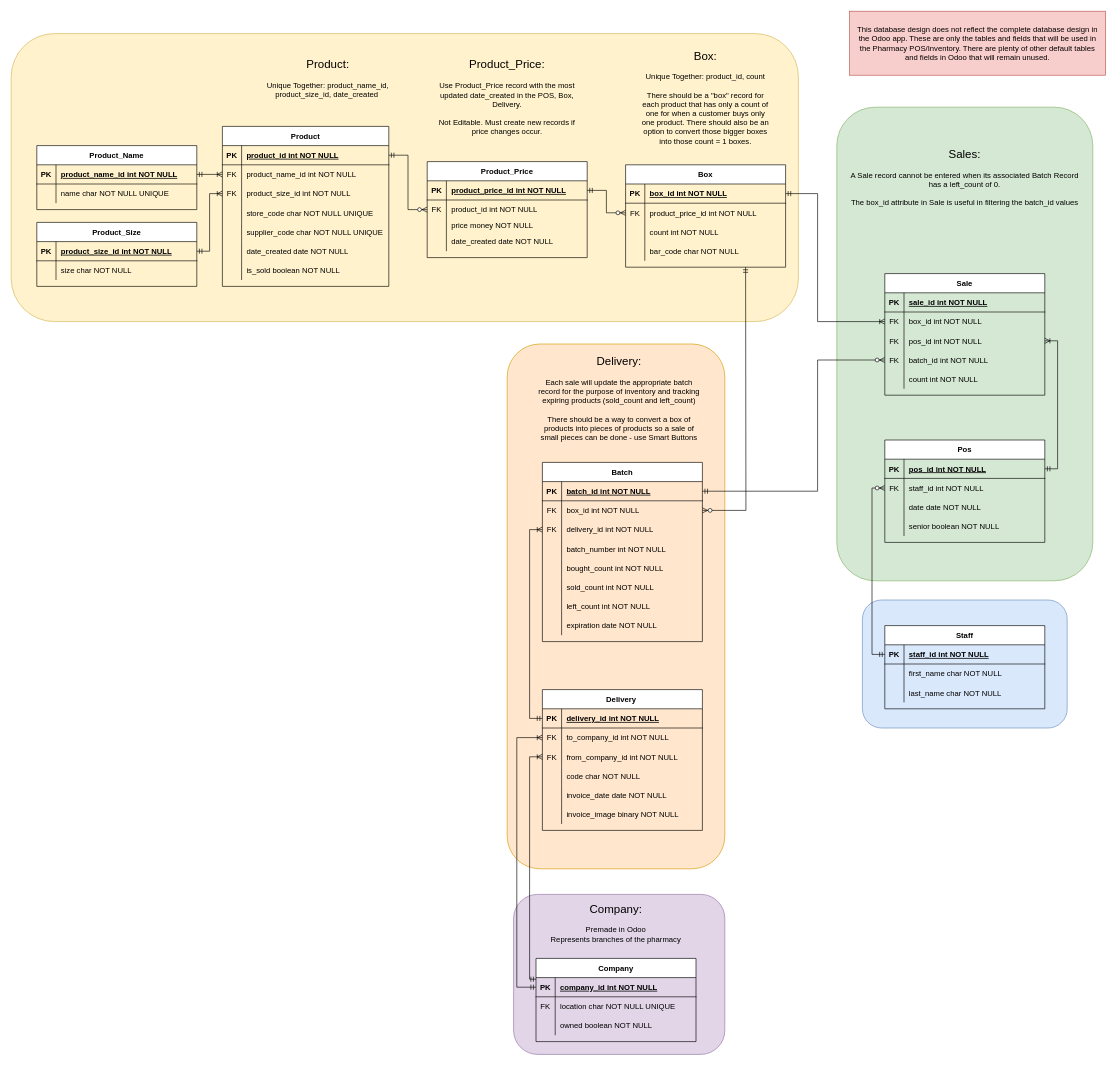
This is db-design.drawio from thisLexic/pharma-pos, a draw.io file, before an edit. Source tidied: cells renumbered, new cells numbered last; positions are measured from the earlier drawing's top-left corner, leaving out a move shared by most shapes. Both pictures are drawn from the tidied source at 64%, with x=0, y=0 at pixel (11, 11).
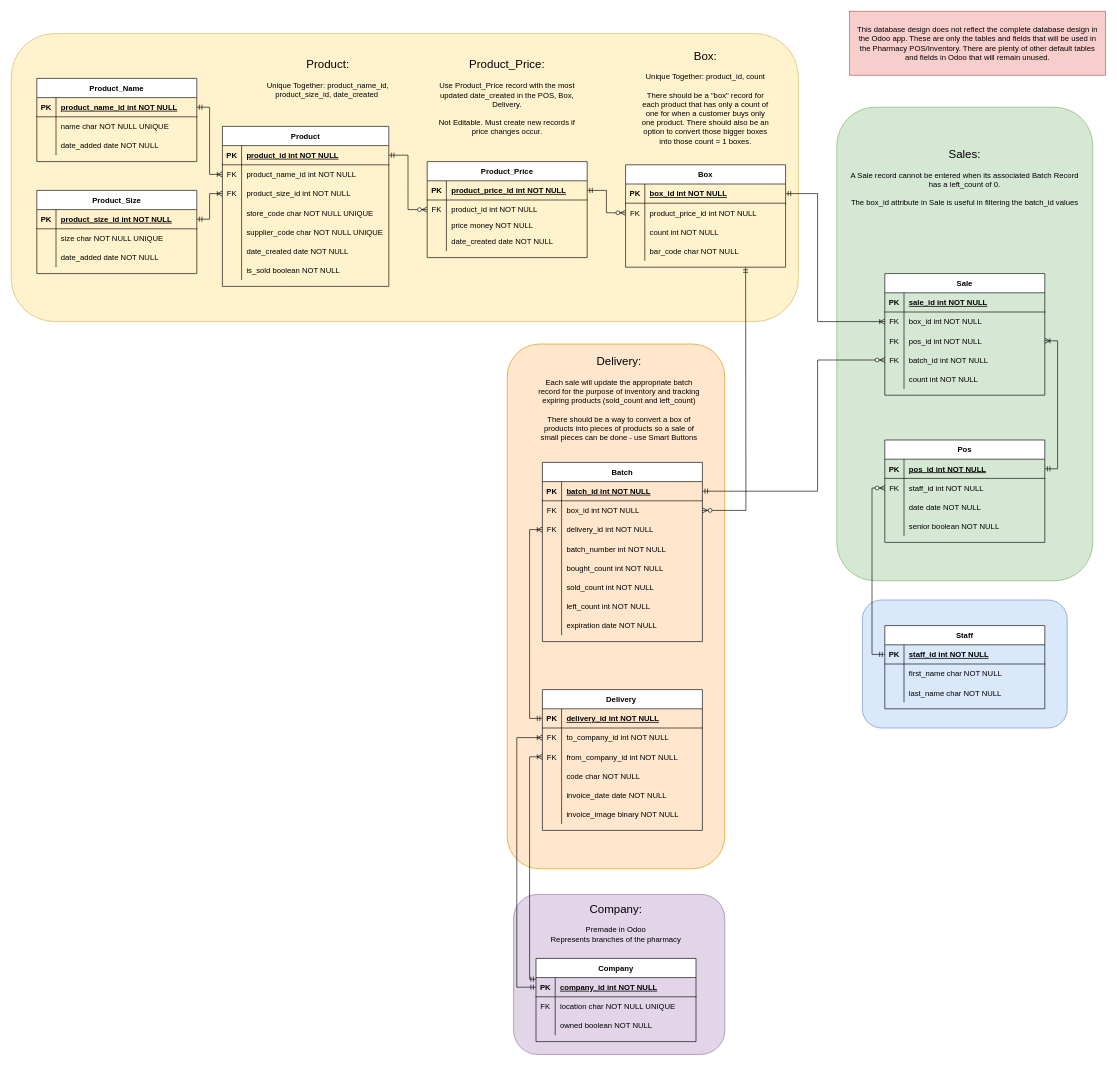
The same page after the edit.

Commit message:
modified fields in Product_Name and Product_Size

Unchanged cells that the change refers to:
```xml
<mxCell id="75" style="shape=partialRectangle;fillColor=none;top=0;left=0;right=0;bottom=0;" parent="71" vertex="1">
  <mxGeometry y="60" width="250" height="30" as="geometry" />
</mxCell>
```

The edit, as a diff of the source:
```diff
@@
     <mxCell id="63" value="Product_Name" style="shape=table;startSize=30;childLayout=tableLayout;rowLines=0;fontStyle=1;align=center;" parent="1" vertex="1">
-      <mxGeometry x="40" y="210" width="250" height="100" as="geometry" />
+      <mxGeometry x="40" y="105" width="250" height="130" as="geometry" />
     </mxCell>
@@
+    <mxCell id="182" style="shape=partialRectangle;fillColor=none;top=0;left=0;right=0;bottom=0;" parent="63" vertex="1">
+      <mxGeometry y="90" width="250" height="30" as="geometry" />
+    </mxCell>
+    <mxCell id="183" style="shape=partialRectangle;overflow=hidden;fillColor=none;top=0;left=0;bottom=0;right=0;" parent="182" vertex="1">
+      <mxGeometry width="30" height="30" as="geometry" />
+    </mxCell>
+    <mxCell id="184" value="date_added date NOT NULL" style="shape=partialRectangle;overflow=hidden;fillColor=none;top=0;left=0;bottom=0;right=0;align=left;spacingLeft=6;" parent="182" vertex="1">
+      <mxGeometry x="30" width="220" height="30" as="geometry" />
+    </mxCell>
@@
     <mxCell id="71" value="Product_Size" style="shape=table;startSize=30;childLayout=tableLayout;rowLines=0;fontStyle=1;align=center;" parent="1" vertex="1">
-      <mxGeometry x="40" y="330" width="250" height="100" as="geometry" />
+      <mxGeometry x="40" y="280" width="250" height="130" as="geometry" />
     </mxCell>
@@
-    <mxCell id="77" value="size char NOT NULL" style="shape=partialRectangle;overflow=hidden;fillColor=none;top=0;left=0;bottom=0;right=0;align=left;spacingLeft=6;" parent="75" vertex="1">
+    <mxCell id="77" value="size char NOT NULL UNIQUE" style="shape=partialRectangle;overflow=hidden;fillColor=none;top=0;left=0;bottom=0;right=0;align=left;spacingLeft=6;" parent="75" vertex="1">
       <mxGeometry x="30" width="220" height="30" as="geometry" />
     </mxCell>
+    <mxCell id="185" style="shape=partialRectangle;fillColor=none;top=0;left=0;right=0;bottom=0;" parent="71" vertex="1">
+      <mxGeometry y="90" width="250" height="30" as="geometry" />
+    </mxCell>
+    <mxCell id="186" style="shape=partialRectangle;overflow=hidden;fillColor=none;top=0;left=0;bottom=0;right=0;" parent="185" vertex="1">
+      <mxGeometry width="30" height="30" as="geometry" />
+    </mxCell>
+    <mxCell id="187" value="date_added date NOT NULL" style="shape=partialRectangle;overflow=hidden;fillColor=none;top=0;left=0;bottom=0;right=0;align=left;spacingLeft=6;" parent="185" vertex="1">
+      <mxGeometry x="30" width="220" height="30" as="geometry" />
+    </mxCell>
```
